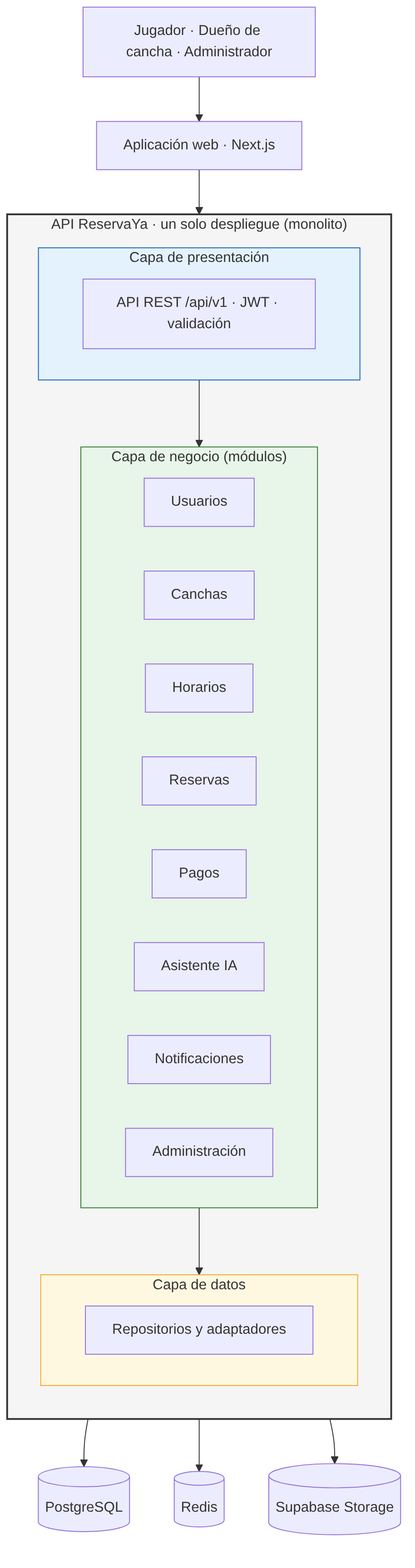
Earlier version of the Mermaid export img/ArquitecturaMonoliticaReservaYaEnCapas.png (edhtsprado27-bit/ReservaYa-Ayacucho). Its source is kept beside it as img/fuentes-svg/ArquitecturaMonoliticaReservaYaEnCapas.mmd. Its diagram source:
```mermaid
flowchart TB
    usuarios["Jugador · Dueño de cancha · Administrador"]
    subgraph mono["API ReservaYa · un solo despliegue (monolito)"]
        direction TB
        subgraph c1["Capa de presentación"]
            p["API REST /api/v1 · JWT · validación"]
        end
        subgraph c2["Capa de negocio (módulos)"]
            m1["Usuarios"]
            m2["Canchas"]
            m3["Horarios"]
            m4["Reservas"]
            m5["Pagos"]
            m6["Asistente IA"]
            m7["Notificaciones"]
            m8["Administración"]
        end
        subgraph c3["Capa de datos"]
            r["Repositorios y adaptadores"]
        end
        c1 --> c2 --> c3
    end
    web["Aplicación web · Next.js"]
    bd[("PostgreSQL")]
    rd[("Redis")]
    st[("Supabase Storage")]

    usuarios --> web --> mono
    c3 --> bd & rd & st

    style mono fill:#f5f5f5,stroke:#333,stroke-width:2px
    style c1 fill:#e3f2fd,stroke:#1565c0
    style c2 fill:#e8f5e9,stroke:#2e7d32
    style c3 fill:#fff8e1,stroke:#f9a825
```
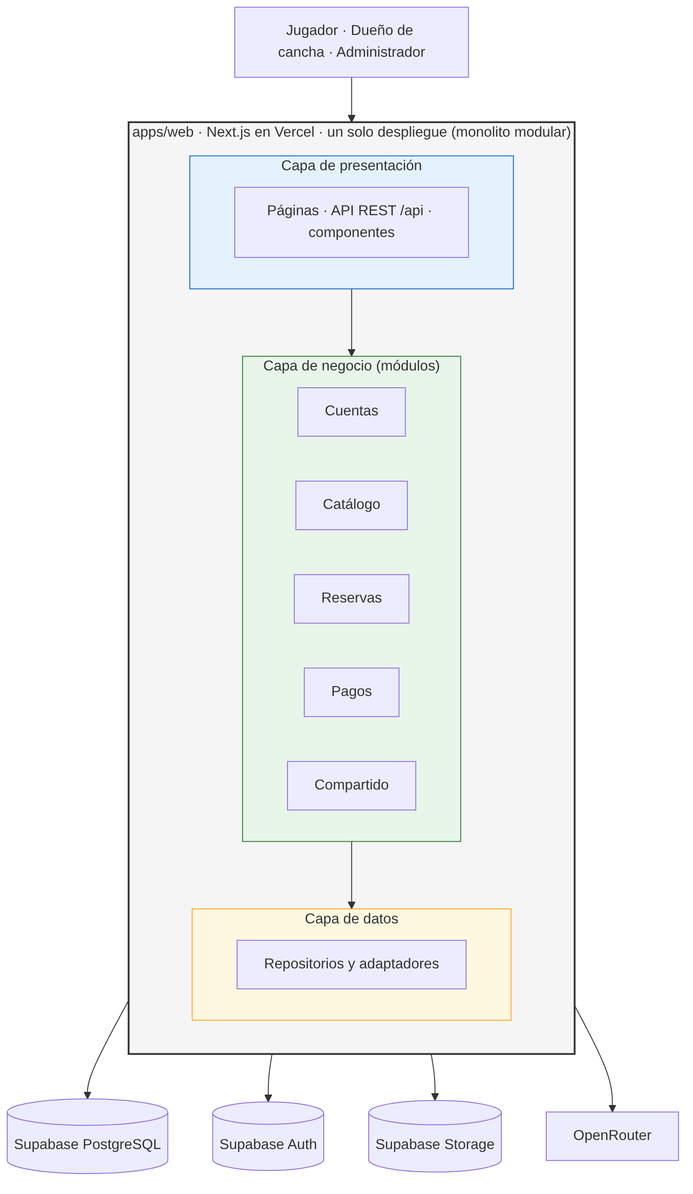
Later version of the same file.

Change to the diagram source:
```diff
@@ -1,32 +1,29 @@
 flowchart TB
     usuarios["Jugador · Dueño de cancha · Administrador"]
-    subgraph mono["API ReservaYa · un solo despliegue (monolito)"]
+    subgraph mono["apps/web · Next.js en Vercel · un solo despliegue (monolito modular)"]
         direction TB
         subgraph c1["Capa de presentación"]
-            p["API REST /api/v1 · JWT · validación"]
+            p["Páginas · API REST /api · componentes"]
         end
         subgraph c2["Capa de negocio (módulos)"]
-            m1["Usuarios"]
-            m2["Canchas"]
-            m3["Horarios"]
-            m4["Reservas"]
-            m5["Pagos"]
-            m6["Asistente IA"]
-            m7["Notificaciones"]
-            m8["Administración"]
+            m1["Cuentas"]
+            m2["Catálogo"]
+            m3["Reservas"]
+            m4["Pagos"]
+            m5["Compartido"]
         end
         subgraph c3["Capa de datos"]
             r["Repositorios y adaptadores"]
         end
         c1 --> c2 --> c3
     end
-    web["Aplicación web · Next.js"]
-    bd[("PostgreSQL")]
-    rd[("Redis")]
+    bd[("Supabase PostgreSQL")]
+    au[("Supabase Auth")]
     st[("Supabase Storage")]
+    ia["OpenRouter"]
 
-    usuarios --> web --> mono
-    c3 --> bd & rd & st
+    usuarios --> mono
+    c3 --> bd & au & st & ia
 
     style mono fill:#f5f5f5,stroke:#333,stroke-width:2px
     style c1 fill:#e3f2fd,stroke:#1565c0
```
